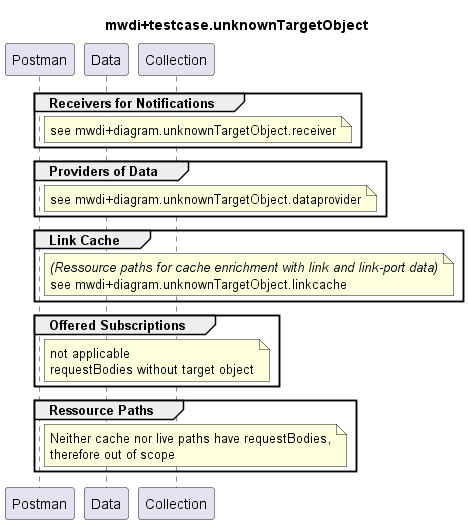
The PlantUML diagram testing/2_functional/unknownTargetObject/mwdi+diagram.unknownTargetObject.png in openBackhaul/MicroWaveDeviceInventory, before a commit.
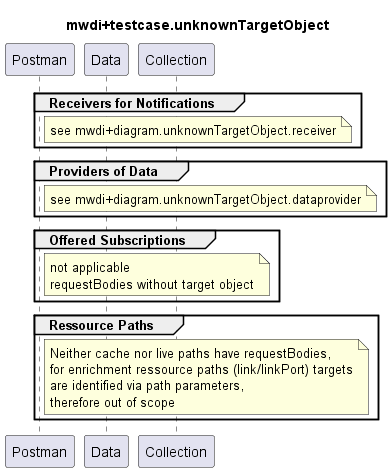
Above is the later version.

Commit message:
finished unknowntargetobject

The edit, as a diff of the source:
```diff
@@ -20,13 +20,6 @@
   end note
 end
 
-group Link Cache
-  note right Postman
-    <i>(Ressource paths for cache enrichment with link and link-port data)</i>
-    see mwdi+diagram.unknownTargetObject.linkcache
-  end note
-end
-
 group Offered Subscriptions
   note right Postman
     not applicable
@@ -37,6 +30,8 @@
 group Ressource Paths
   note right Postman
     Neither cache nor live paths have requestBodies,
+    for enrichment ressource paths (link/linkPort) targets
+    are identified via path parameters,
     therefore out of scope
   end note
 end
```
